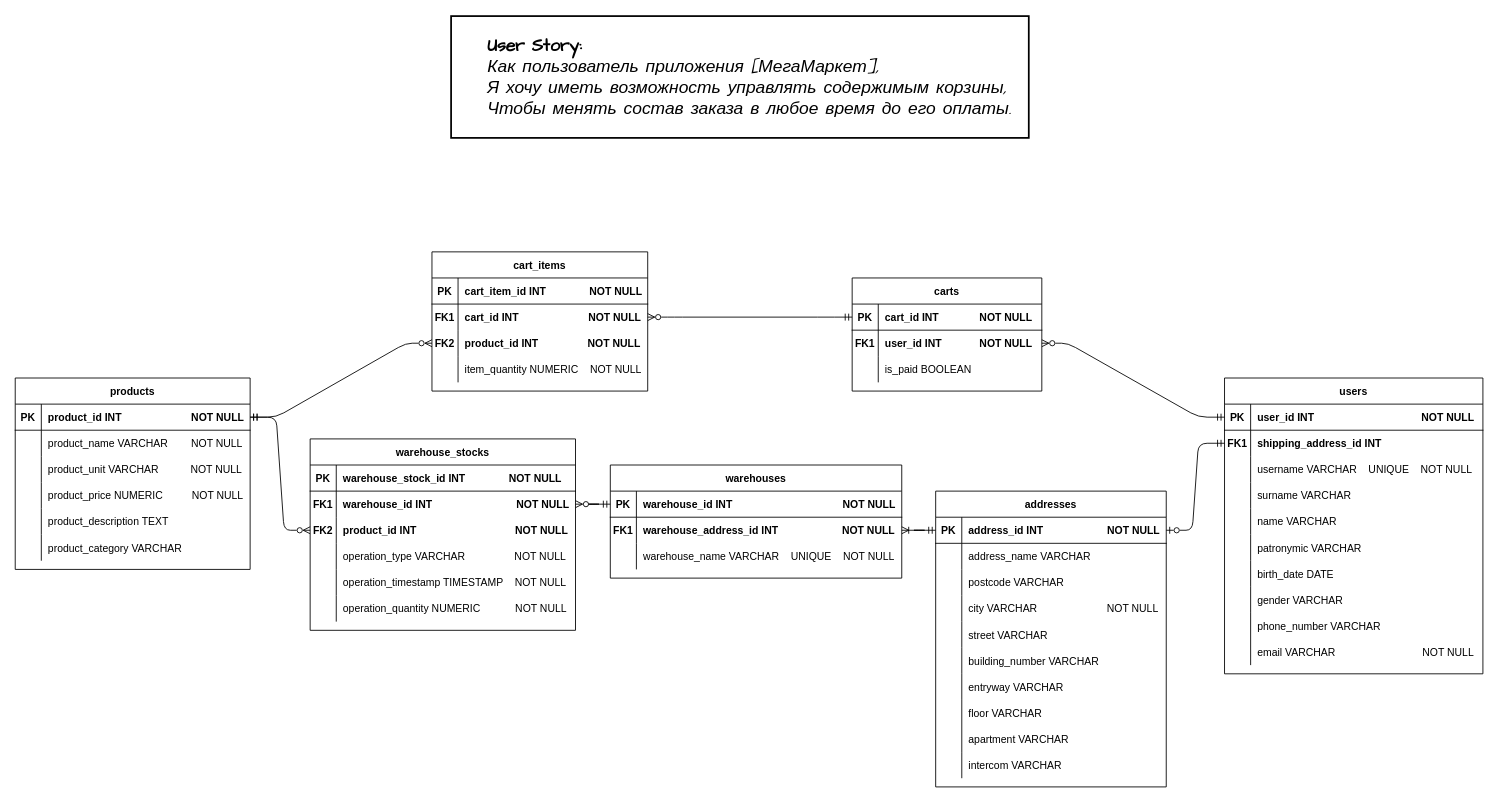
Earlier version of the draw.io diagram Ryabtsev_Alexander/Source/T07_ERD.drawio (abdullahproff/BSA21_1). Source tidied: cells renumbered, new cells numbered last; positions are measured from the earlier drawing's top-left corner, leaving out a move shared by most shapes. Both pictures are drawn from the tidied source at 87%, with x=0, y=0 at pixel (15, 16).
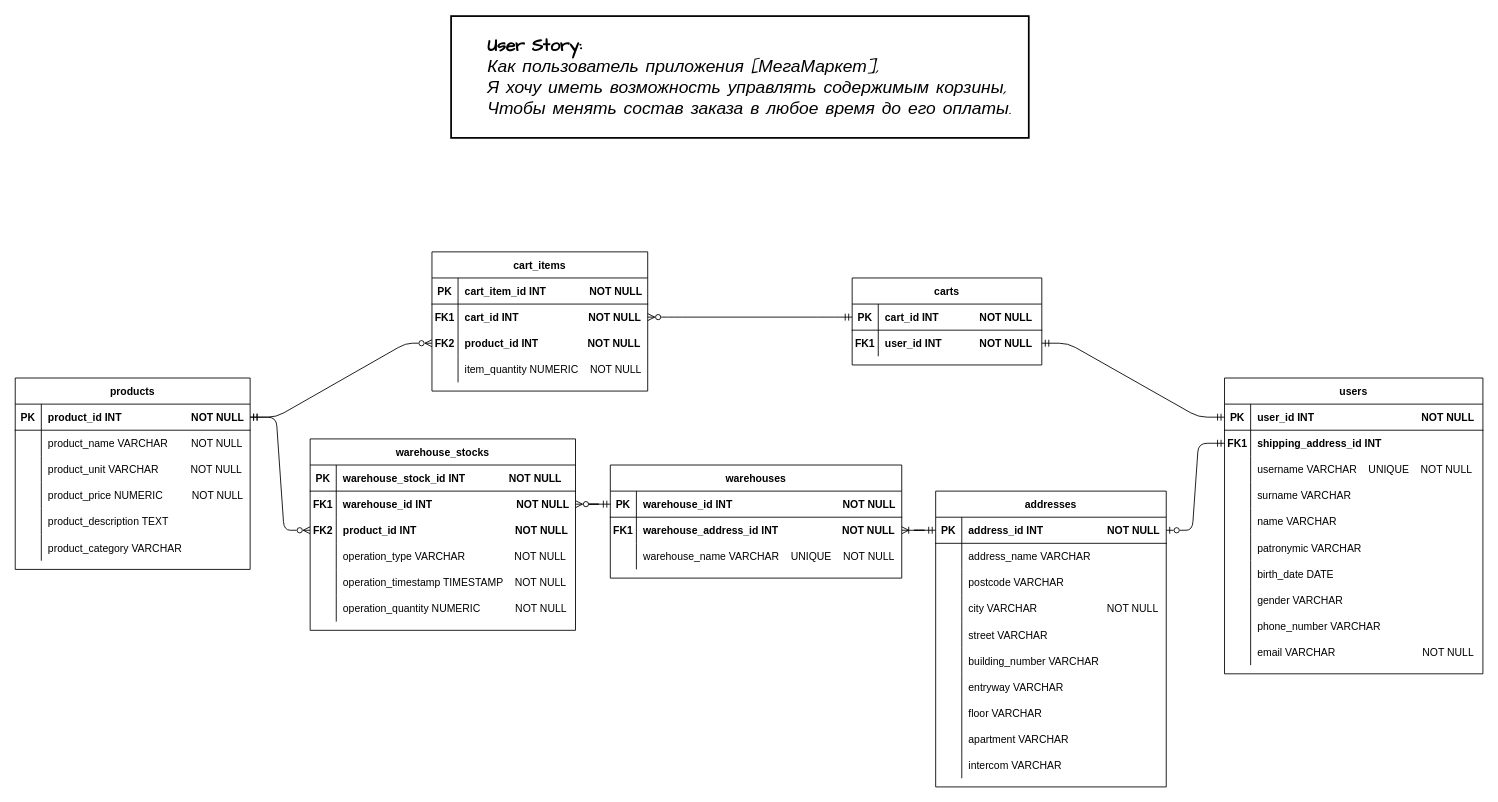
The same page after the edit.

Commit message:
This removes attribute 'is_paid' from 'carts'

The change refers to these unchanged cells:
```xml
<mxCell id="23" style="shape=partialRectangle;fillColor=none;points=[[0,0.5],[1,0.5]];portConstraint=eastwest;top=0;left=0;right=0;bottom=1;" parent="22" vertex="1">
  <mxGeometry y="30" width="297" height="30" as="geometry" />
</mxCell>
<mxCell id="104" style="shape=partialRectangle;fillColor=none;points=[[0,0.5],[1,0.5]];portConstraint=eastwest;top=0;left=0;right=0;bottom=0;" parent="100" vertex="1">
  <mxGeometry y="60" width="218" height="30" as="geometry" />
</mxCell>
```

The edit, as a diff of the source:
```diff
@@
-    <mxCell id="2" style="edgeStyle=entityRelationEdgeStyle;endArrow=ERzeroToMany;startArrow=ERmandOne;endFill=0;startFill=0;entryX=1;entryY=0.5;entryDx=0;entryDy=0;" parent="1" edge="1" source="23" target="104">
+    <mxCell id="2" style="edgeStyle=entityRelationEdgeStyle;endArrow=ERmandOne;startArrow=ERmandOne;endFill=0;startFill=0;entryX=1;entryY=0.5;entryDx=0;entryDy=0;" parent="1" edge="1" source="23" target="104">
       <mxGeometry relative="1" as="geometry" />
     </mxCell>
@@
     <mxCell id="100" value="carts" style="shape=table;startSize=30;childLayout=tableLayout;rowLines=0;fontStyle=1;align=center;" parent="1" vertex="1">
-      <mxGeometry x="962" y="301" width="218" height="130" as="geometry" />
+      <mxGeometry x="962" y="301" width="218" height="100" as="geometry" />
     </mxCell>
@@
-    <mxCell id="107" style="shape=partialRectangle;fillColor=none;top=0;left=0;right=0;bottom=0;" parent="100" vertex="1">
-      <mxGeometry y="90" width="218" height="30" as="geometry" />
-    </mxCell>
-    <mxCell id="108" style="shape=partialRectangle;overflow=hidden;fillColor=none;top=0;left=0;bottom=0;right=0;" parent="107" vertex="1">
-      <mxGeometry width="30" height="30" as="geometry" />
-    </mxCell>
-    <mxCell id="109" value="is_paid BOOLEAN" style="shape=partialRectangle;overflow=hidden;fillColor=none;top=0;left=0;bottom=0;right=0;align=left;spacingLeft=6;" parent="107" vertex="1">
-      <mxGeometry x="30" width="188" height="30" as="geometry" />
-    </mxCell>
```
